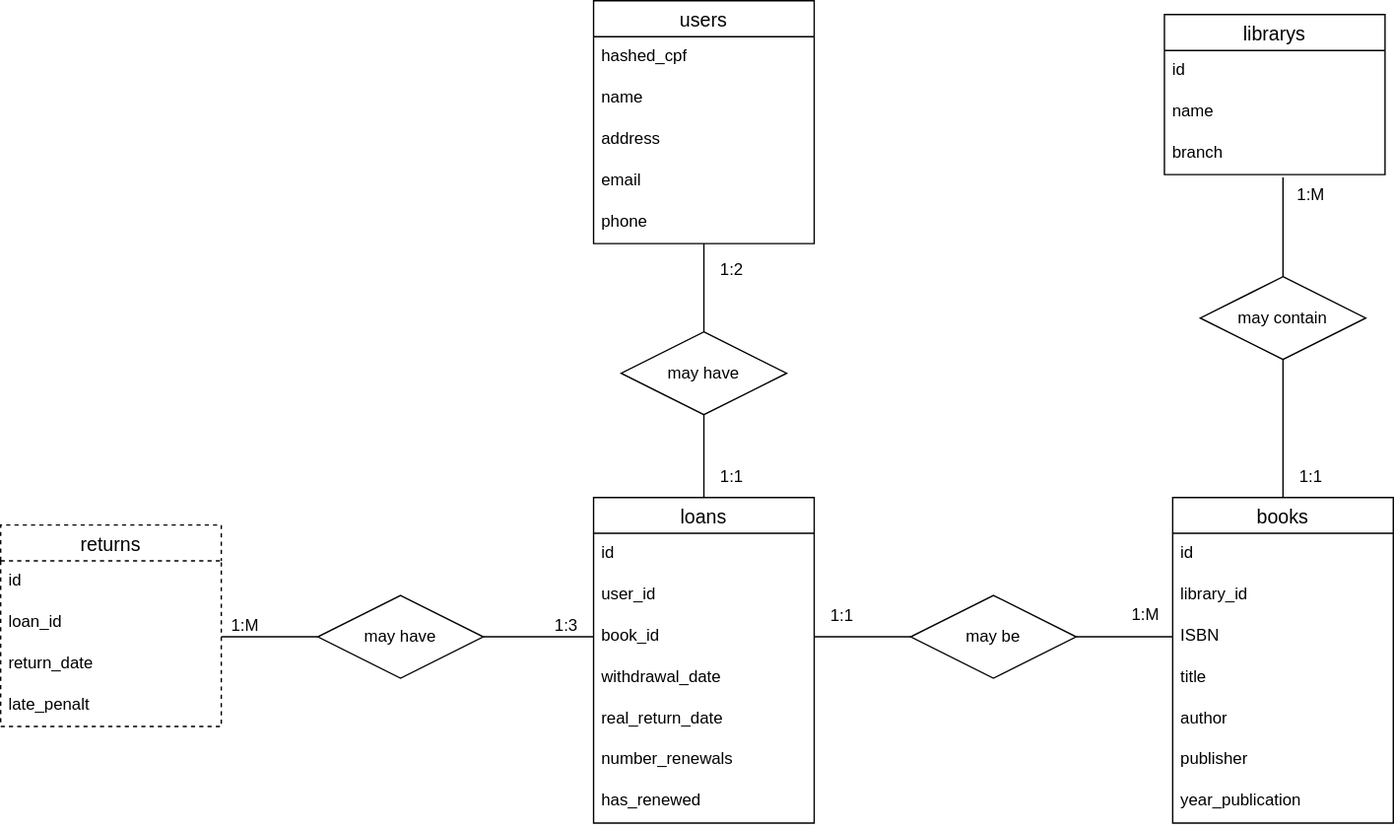
Earlier version of the draw.io export ManagerLibrarySystem.drawio.svg (HenriqueStocco/database-repository-pablo). Source tidied: cells renumbered, new cells last; positions are measured from the earlier drawing's top-left corner, leaving out a move shared by most shapes.
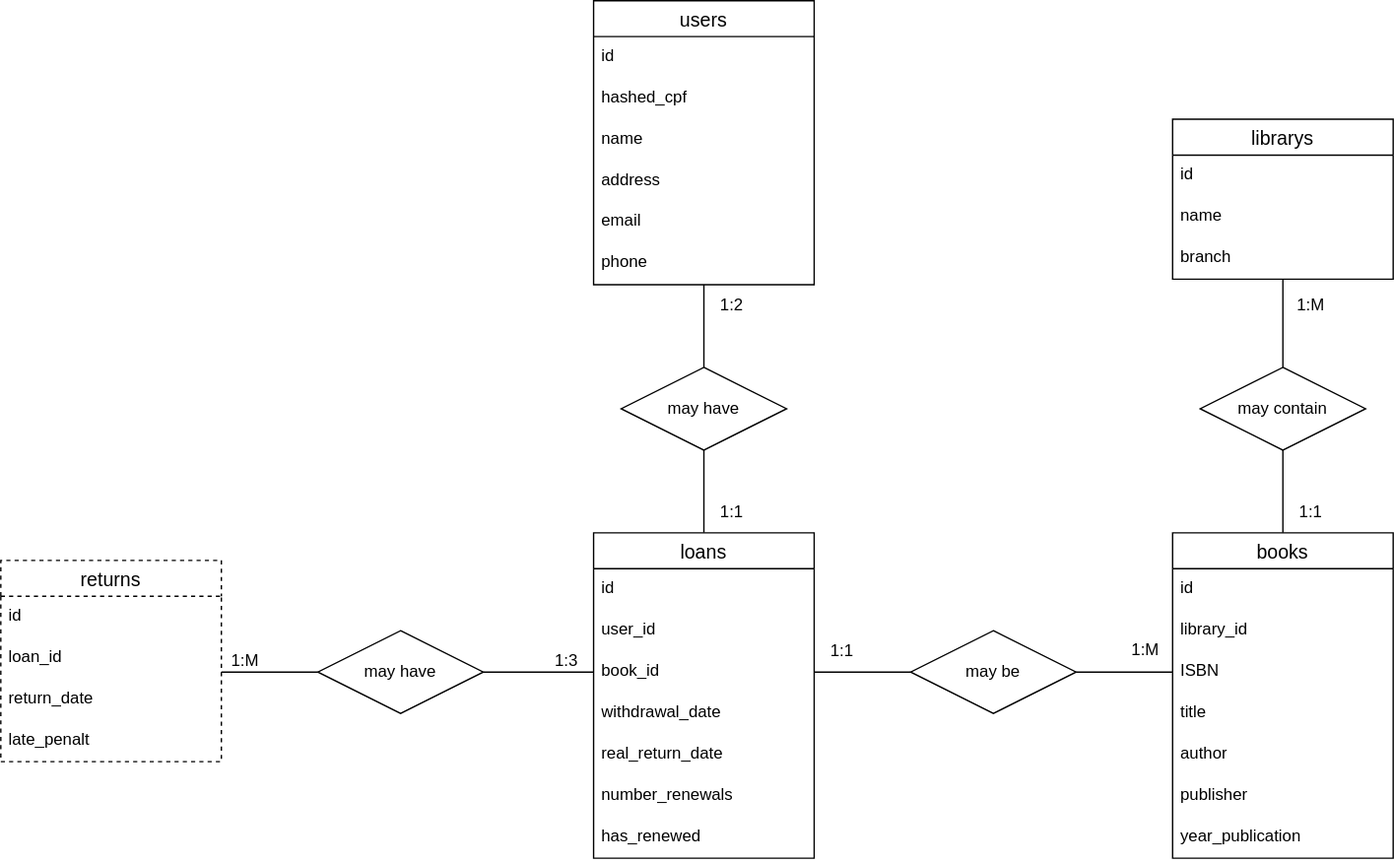
After the change.

Commit message:
doc: change id attribute of users entity

What changed in the source:
```diff
@@ -27,22 +27,25 @@
       <mxGeometry y="206" width="160" height="30" as="geometry" />
     </mxCell>
     <mxCell id="10" value="users" style="swimlane;fontStyle=0;horizontal=1;startSize=26;align=center;fontSize=14;" parent="1" vertex="1">
-      <mxGeometry x="430" width="160" height="176" as="geometry" />
+      <mxGeometry x="430" y="-26" width="160" height="206" as="geometry" />
     </mxCell>
-    <mxCell id="11" value="hashed_cpf" style="text;strokeColor=none;fillColor=none;spacingLeft=4;spacingRight=4;overflow=hidden;fontSize=12;whiteSpace=wrap;html=1;" parent="10" vertex="1">
+    <mxCell id="11" value="id" style="text;strokeColor=none;fillColor=none;spacingLeft=4;spacingRight=4;overflow=hidden;fontSize=12;whiteSpace=wrap;html=1;" parent="10" vertex="1">
       <mxGeometry y="26" width="160" height="30" as="geometry" />
     </mxCell>
+    <mxCell id="53" value="hashed_cpf" style="text;strokeColor=none;fillColor=none;spacingLeft=4;spacingRight=4;overflow=hidden;fontSize=12;whiteSpace=wrap;html=1;" parent="10" vertex="1">
+      <mxGeometry y="56" width="160" height="30" as="geometry" />
+    </mxCell>
     <mxCell id="12" value="name" style="text;strokeColor=none;fillColor=none;spacingLeft=4;spacingRight=4;overflow=hidden;fontSize=12;whiteSpace=wrap;html=1;" parent="10" vertex="1">
-      <mxGeometry y="56" width="160" height="30" as="geometry" />
+      <mxGeometry y="86" width="160" height="30" as="geometry" />
     </mxCell>
     <mxCell id="13" value="address" style="text;strokeColor=none;fillColor=none;spacingLeft=4;spacingRight=4;overflow=hidden;fontSize=12;whiteSpace=wrap;html=1;" parent="10" vertex="1">
-      <mxGeometry y="86" width="160" height="30" as="geometry" />
+      <mxGeometry y="116" width="160" height="30" as="geometry" />
     </mxCell>
     <mxCell id="14" value="email" style="text;strokeColor=none;fillColor=none;spacingLeft=4;spacingRight=4;overflow=hidden;fontSize=12;whiteSpace=wrap;html=1;" parent="10" vertex="1">
-      <mxGeometry y="116" width="160" height="30" as="geometry" />
+      <mxGeometry y="146" width="160" height="30" as="geometry" />
     </mxCell>
     <mxCell id="15" value="phone" style="text;strokeColor=none;fillColor=none;spacingLeft=4;spacingRight=4;overflow=hidden;fontSize=12;whiteSpace=wrap;html=1;" parent="10" vertex="1">
-      <mxGeometry y="146" width="160" height="30" as="geometry" />
+      <mxGeometry y="176" width="160" height="30" as="geometry" />
     </mxCell>
     <mxCell id="16" style="edgeStyle=orthogonalEdgeStyle;rounded=0;jettySize=auto;html=1;exitX=0.5;exitY=0;exitDx=0;exitDy=0;entryX=0.5;entryY=1;entryDx=0;entryDy=0;endArrow=none;endFill=0;" parent="1" edge="1" source="17" target="26">
       <mxGeometry relative="1" as="geometry" />
@@ -93,13 +96,13 @@
       <mxGeometry x="590" y="431" width="40" height="30" as="geometry" />
     </mxCell>
     <mxCell id="32" value="1:M" style="text;html=1;align=center;verticalAlign=middle;strokeColor=none;fillColor=none;" parent="1" vertex="1">
-      <mxGeometry x="930" y="126" width="40" height="30" as="geometry" />
+      <mxGeometry x="930" y="180" width="40" height="30" as="geometry" />
     </mxCell>
     <mxCell id="33" value="1:1" style="text;html=1;align=center;verticalAlign=middle;strokeColor=none;fillColor=none;" parent="1" vertex="1">
       <mxGeometry x="510" y="330" width="40" height="30" as="geometry" />
     </mxCell>
     <mxCell id="34" value="librarys" style="swimlane;fontStyle=0;horizontal=1;startSize=26;align=center;fontSize=14;" parent="1" vertex="1">
-      <mxGeometry x="844" y="10" width="160" height="116" as="geometry" />
+      <mxGeometry x="850" y="60" width="160" height="116" as="geometry" />
     </mxCell>
     <mxCell id="35" value="id" style="text;strokeColor=none;fillColor=none;spacingLeft=4;spacingRight=4;overflow=hidden;fontSize=12;whiteSpace=wrap;html=1;" parent="34" vertex="1">
       <mxGeometry y="26" width="160" height="30" as="geometry" />
@@ -113,8 +116,11 @@
     <mxCell id="38" style="edgeStyle=orthogonalEdgeStyle;rounded=0;jettySize=auto;html=1;exitX=0.5;exitY=1;exitDx=0;exitDy=0;entryX=0.5;entryY=0;entryDx=0;entryDy=0;endArrow=none;endFill=0;" parent="1" edge="1" source="39" target="2">
       <mxGeometry relative="1" as="geometry" />
     </mxCell>
+    <mxCell id="54" style="edgeStyle=orthogonalEdgeStyle;rounded=0;jettySize=auto;html=1;exitX=0.5;exitY=0;exitDx=0;exitDy=0;entryX=0.5;entryY=1;entryDx=0;entryDy=0;endArrow=none;endFill=0;" parent="1" edge="1" source="39" target="34">
+      <mxGeometry relative="1" as="geometry" />
+    </mxCell>
     <mxCell id="39" value="may contain" style="shape=rhombus;perimeter=rhombusPerimeter;whiteSpace=wrap;html=1;align=center;" parent="1" vertex="1">
-      <mxGeometry x="870" y="200" width="120" height="60" as="geometry" />
+      <mxGeometry x="870" y="240" width="120" height="60" as="geometry" />
     </mxCell>
     <mxCell id="40" value="returns" style="swimlane;fontStyle=0;horizontal=1;startSize=26;align=center;fontSize=14;dashed=1;" parent="1" vertex="1">
       <mxGeometry y="380" width="160" height="146" as="geometry" />
@@ -154,13 +160,5 @@
     <mxCell id="51" value="1:1" style="text;html=1;align=center;verticalAlign=middle;strokeColor=none;fillColor=none;" parent="1" vertex="1">
       <mxGeometry x="930" y="330" width="40" height="30" as="geometry" />
     </mxCell>
-    <mxCell id="52" style="edgeStyle=orthogonalEdgeStyle;rounded=0;jettySize=auto;html=1;exitX=0.5;exitY=0;exitDx=0;exitDy=0;endArrow=none;endFill=0;" parent="1" edge="1" source="39">
-      <mxGeometry relative="1" as="geometry">
-        <mxPoint x="930" y="130" as="targetPoint" />
-        <Array as="points">
-          <mxPoint x="930" y="128" />
-        </Array>
-      </mxGeometry>
-    </mxCell>
   </root>
 </mxGraphModel>
```
